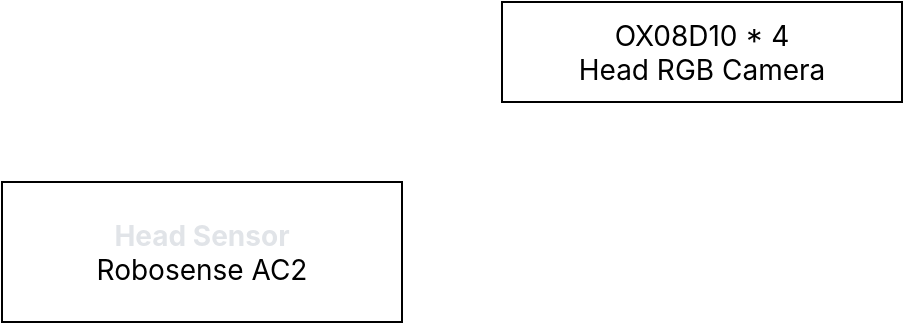
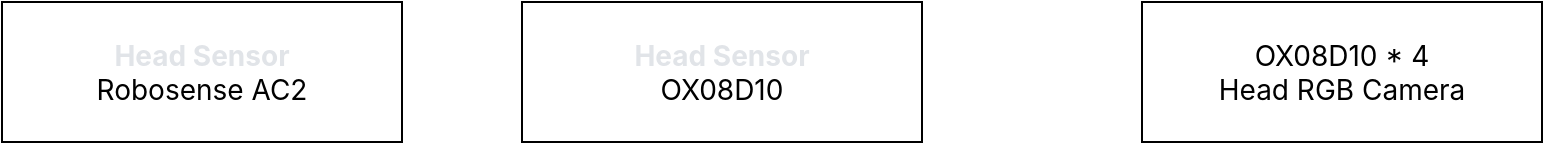
<mxfile host="app.diagrams.net">
  <diagram name="第 1 页" id="LXRXHt9DRMbfsnbOX2XS">
-     <mxGraphModel dx="1120" dy="734" grid="1" gridSize="10" guides="1" tooltips="1" connect="1" arrows="1" fold="1" page="1" pageScale="1" pageWidth="827" pageHeight="1169" math="0" shadow="0">
+     <mxGraphModel dx="1947" dy="734" grid="1" gridSize="10" guides="1" tooltips="1" connect="1" arrows="1" fold="1" page="1" pageScale="1" pageWidth="827" pageHeight="1169" math="0" shadow="0">
      <root>
        <mxCell id="0" />
        <mxCell id="1" parent="0" />
        <mxCell id="if_Ictj8y_H9tt94Ulmm-2" parent="1" style="rounded=0;whiteSpace=wrap;html=1;" value="&lt;div&gt;&lt;span style=&quot;font-family: -apple-system, BlinkMacSystemFont, &amp;quot;Segoe WPC&amp;quot;, &amp;quot;Segoe UI&amp;quot;, system-ui, Ubuntu, &amp;quot;Droid Sans&amp;quot;, sans-serif; font-size: 14px; text-align: start;&quot;&gt;&lt;font style=&quot;color: light-dark(rgb(225, 228, 232), rgb(255, 255, 255));&quot;&gt;&lt;b&gt;Head Sensor&lt;/b&gt;&lt;/font&gt;&lt;/span&gt;&lt;/div&gt;&lt;div&gt;&lt;span style=&quot;font-family: -apple-system, BlinkMacSystemFont, &amp;quot;Segoe WPC&amp;quot;, &amp;quot;Segoe UI&amp;quot;, system-ui, Ubuntu, &amp;quot;Droid Sans&amp;quot;, sans-serif; font-size: 14px; text-align: start;&quot;&gt;Robosense AC2&lt;/span&gt;&lt;/div&gt;" vertex="1">
-           <mxGeometry height="70" width="200" x="40" y="310" as="geometry" />
+           <mxGeometry height="70" width="200" x="-30" y="210" as="geometry" />
        </mxCell>
        <mxCell id="if_Ictj8y_H9tt94Ulmm-3" parent="1" style="rounded=0;whiteSpace=wrap;html=1;align=center;" value="&lt;div style=&quot;&quot;&gt;&lt;span style=&quot;background-color: transparent; color: light-dark(rgb(0, 0, 0), rgb(255, 255, 255)); font-size: 14px;&quot;&gt;&lt;font face=&quot;-apple-system, BlinkMacSystemFont, Segoe WPC, Segoe UI, system-ui, Ubuntu, Droid Sans, sans-serif&quot;&gt;OX08D10 * 4&lt;/font&gt;&lt;/span&gt;&lt;/div&gt;&lt;div style=&quot;&quot;&gt;&lt;font face=&quot;-apple-system, BlinkMacSystemFont, Segoe WPC, Segoe UI, system-ui, Ubuntu, Droid Sans, sans-serif&quot;&gt;&lt;span style=&quot;font-size: 14px;&quot;&gt;Head RGB Camera&lt;/span&gt;&lt;/font&gt;&lt;/div&gt;" vertex="1">
-           <mxGeometry height="50" width="200" x="290" y="220" as="geometry" />
+           <mxGeometry height="70" width="200" x="540" y="210" as="geometry" />
+         </mxCell>
+         <mxCell id="0J0jtPP8bCpQZUBdG7A1-1" parent="1" style="rounded=0;whiteSpace=wrap;html=1;" value="&lt;div&gt;&lt;span style=&quot;font-family: -apple-system, BlinkMacSystemFont, &amp;quot;Segoe WPC&amp;quot;, &amp;quot;Segoe UI&amp;quot;, system-ui, Ubuntu, &amp;quot;Droid Sans&amp;quot;, sans-serif; font-size: 14px; text-align: start;&quot;&gt;&lt;font style=&quot;color: light-dark(rgb(225, 228, 232), rgb(255, 255, 255));&quot;&gt;&lt;b&gt;Head Sensor&lt;/b&gt;&lt;/font&gt;&lt;/span&gt;&lt;/div&gt;&lt;div&gt;&lt;span style=&quot;font-family: -apple-system, BlinkMacSystemFont, &amp;quot;Segoe WPC&amp;quot;, &amp;quot;Segoe UI&amp;quot;, system-ui, Ubuntu, &amp;quot;Droid Sans&amp;quot;, sans-serif; font-size: 14px; text-align: start;&quot;&gt;OX08D10&lt;/span&gt;&lt;/div&gt;" vertex="1">
+           <mxGeometry height="70" width="200" x="230" y="210" as="geometry" />
        </mxCell>
      </root>
    </mxGraphModel>
  </diagram>
</mxfile>
